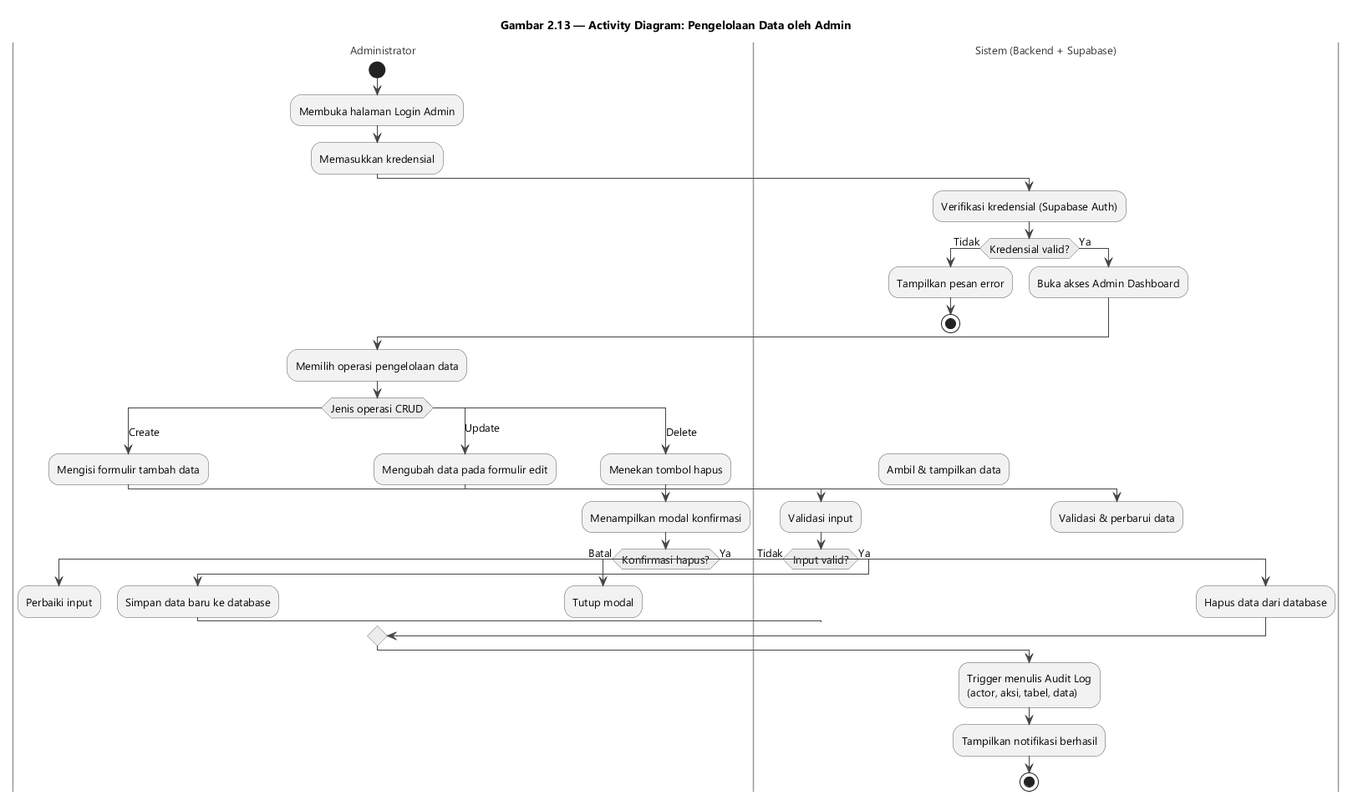
This is images/diagram_activity_kelola_data.png from Jokskuyy/workflow-ta-proyek, a PlantUML export, as it was before one commit. Its diagram source:
```plantuml
@startuml gambar-2-13-activity-pengelolaan-data-admin

skinparam backgroundColor #FFFFFF
skinparam shadowing false
skinparam defaultFontName "Segoe UI"
skinparam defaultFontSize 13
skinparam ArrowColor #444444
skinparam ActivityBorderColor #555555
skinparam ActivityBackgroundColor #F2F2F2
skinparam ActivityDiamondBackgroundColor #ECECEC
skinparam ActivityDiamondBorderColor #555555
skinparam SwimlaneTitleFontColor #333333
skinparam SwimlaneBorderColor #999999

title Gambar 2.13 — Activity Diagram: Pengelolaan Data oleh Admin

|Administrator|
start
:Membuka halaman Login Admin;
:Memasukkan kredensial;

|Sistem (Backend + Supabase)|
:Verifikasi kredensial (Supabase Auth);
if (Kredensial valid?) then (Tidak)
  :Tampilkan pesan error;
  stop
else (Ya)
  :Buka akses Admin Dashboard;
endif

|Administrator|
:Memilih operasi pengelolaan data;
switch (Jenis operasi CRUD)
case (Create)
  :Mengisi formulir tambah data;
  |Sistem (Backend + Supabase)|
  :Validasi input;
  if (Input valid?) then (Tidak)
    |Administrator|
    :Perbaiki input;
    detach
  else (Ya)
    :Simpan data baru ke database;
  endif
case (Read)
  |Sistem (Backend + Supabase)|
  :Ambil & tampilkan data;
case (Update)
  |Administrator|
  :Mengubah data pada formulir edit;
  |Sistem (Backend + Supabase)|
  :Validasi & perbarui data;
case (Delete)
  |Administrator|
  :Menekan tombol hapus;
  :Menampilkan modal konfirmasi;
  if (Konfirmasi hapus?) then (Batal)
    :Tutup modal;
    detach
  else (Ya)
    |Sistem (Backend + Supabase)|
    :Hapus data dari database;
  endif
endswitch

|Sistem (Backend + Supabase)|
:Trigger menulis Audit Log\n(actor, aksi, tabel, data);
:Tampilkan notifikasi berhasil;

stop

@enduml
```
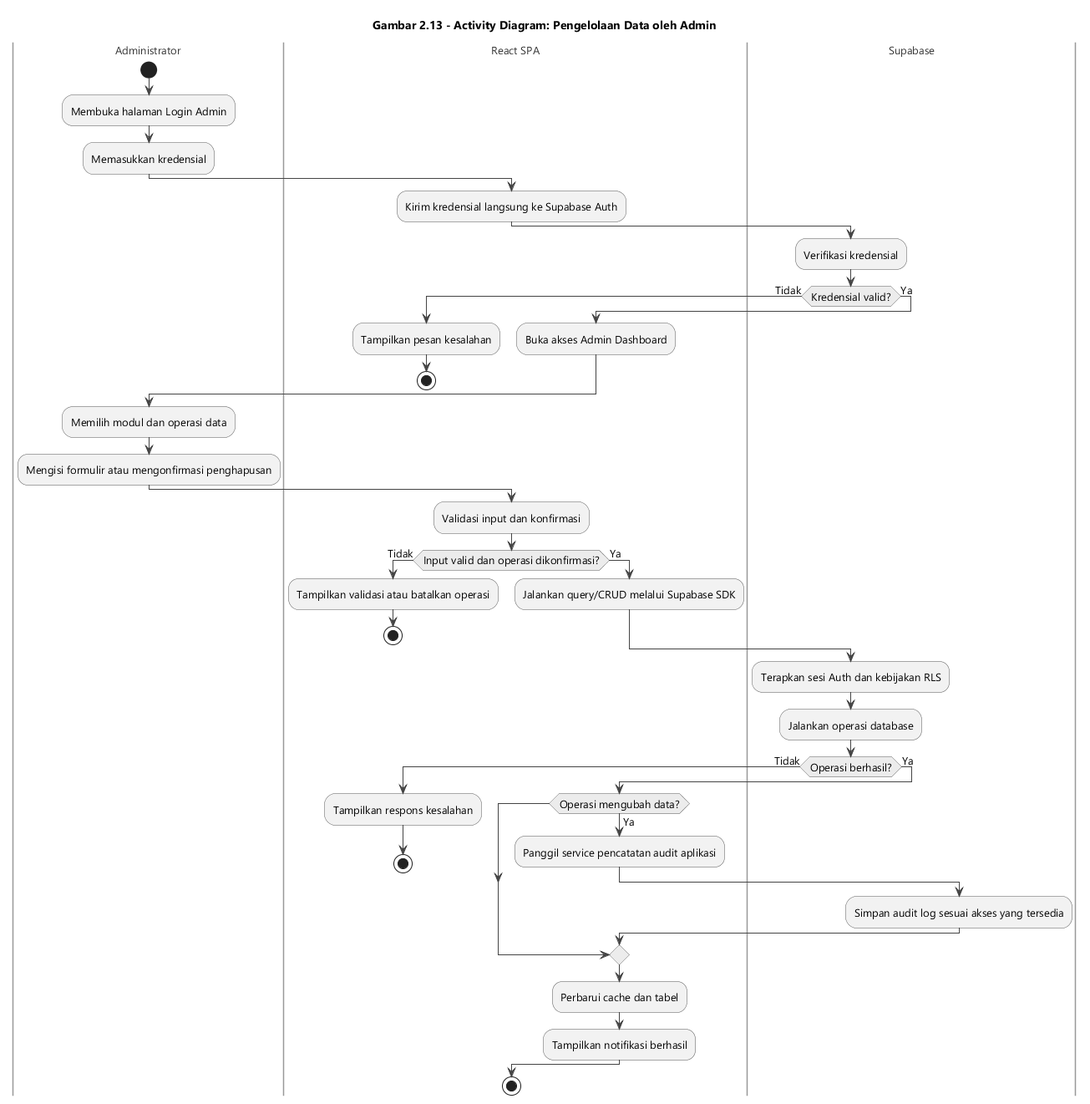
After the change.

What changed in the source:
```diff
@@ -12,60 +12,58 @@
 skinparam SwimlaneTitleFontColor #333333
 skinparam SwimlaneBorderColor #999999
 
-title Gambar 2.13 — Activity Diagram: Pengelolaan Data oleh Admin
+title Gambar 2.13 - Activity Diagram: Pengelolaan Data oleh Admin
 
 |Administrator|
 start
 :Membuka halaman Login Admin;
 :Memasukkan kredensial;
 
-|Sistem (Backend + Supabase)|
-:Verifikasi kredensial (Supabase Auth);
+|React SPA|
+:Kirim kredensial langsung ke Supabase Auth;
+
+|Supabase|
+:Verifikasi kredensial;
 if (Kredensial valid?) then (Tidak)
-  :Tampilkan pesan error;
+  |React SPA|
+  :Tampilkan pesan kesalahan;
   stop
 else (Ya)
+  |React SPA|
   :Buka akses Admin Dashboard;
 endif
 
 |Administrator|
-:Memilih operasi pengelolaan data;
-switch (Jenis operasi CRUD)
-case (Create)
-  :Mengisi formulir tambah data;
-  |Sistem (Backend + Supabase)|
-  :Validasi input;
-  if (Input valid?) then (Tidak)
-    |Administrator|
-    :Perbaiki input;
-    detach
-  else (Ya)
-    :Simpan data baru ke database;
+:Memilih modul dan operasi data;
+:Mengisi formulir atau mengonfirmasi penghapusan;
+
+|React SPA|
+:Validasi input dan konfirmasi;
+if (Input valid dan operasi dikonfirmasi?) then (Tidak)
+  :Tampilkan validasi atau batalkan operasi;
+  stop
+else (Ya)
+  :Jalankan query/CRUD melalui Supabase SDK;
+endif
+
+|Supabase|
+:Terapkan sesi Auth dan kebijakan RLS;
+:Jalankan operasi database;
+if (Operasi berhasil?) then (Tidak)
+  |React SPA|
+  :Tampilkan respons kesalahan;
+  stop
+else (Ya)
+  |React SPA|
+  if (Operasi mengubah data?) then (Ya)
+    :Panggil service pencatatan audit aplikasi;
+    |Supabase|
+    :Simpan audit log sesuai akses yang tersedia;
+    |React SPA|
   endif
-case (Read)
-  |Sistem (Backend + Supabase)|
-  :Ambil & tampilkan data;
-case (Update)
-  |Administrator|
-  :Mengubah data pada formulir edit;
-  |Sistem (Backend + Supabase)|
-  :Validasi & perbarui data;
-case (Delete)
-  |Administrator|
-  :Menekan tombol hapus;
-  :Menampilkan modal konfirmasi;
-  if (Konfirmasi hapus?) then (Batal)
-    :Tutup modal;
-    detach
-  else (Ya)
-    |Sistem (Backend + Supabase)|
-    :Hapus data dari database;
-  endif
-endswitch
-
-|Sistem (Backend + Supabase)|
-:Trigger menulis Audit Log\n(actor, aksi, tabel, data);
-:Tampilkan notifikasi berhasil;
+  :Perbarui cache dan tabel;
+  :Tampilkan notifikasi berhasil;
+endif
 
 stop
 
```
